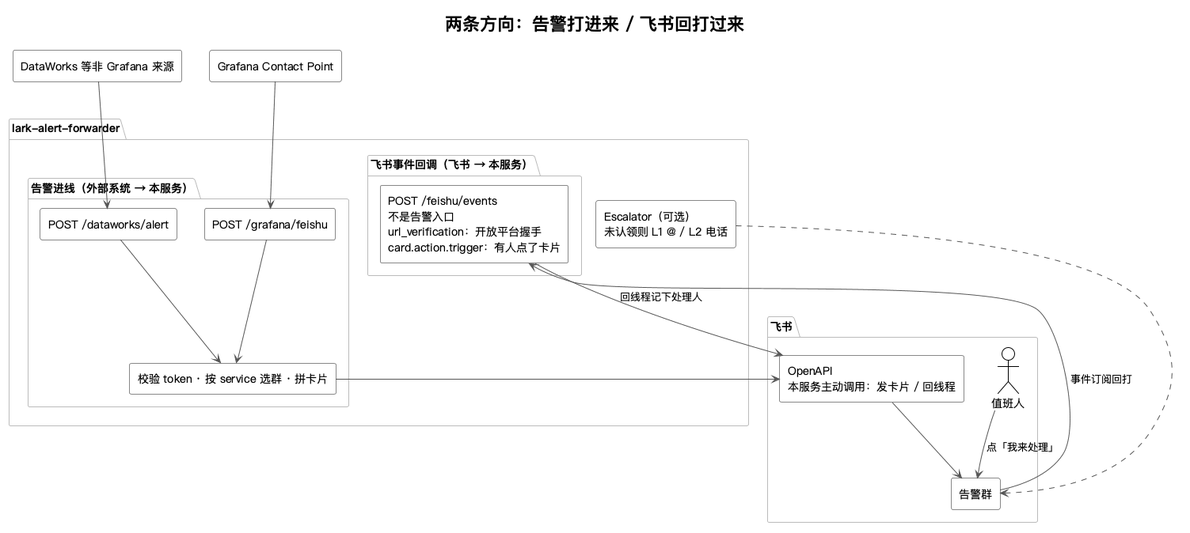
This is docs/architecture.png from doctor-fun/lark-alert-forwarder, a PlantUML export, as it was before one commit.
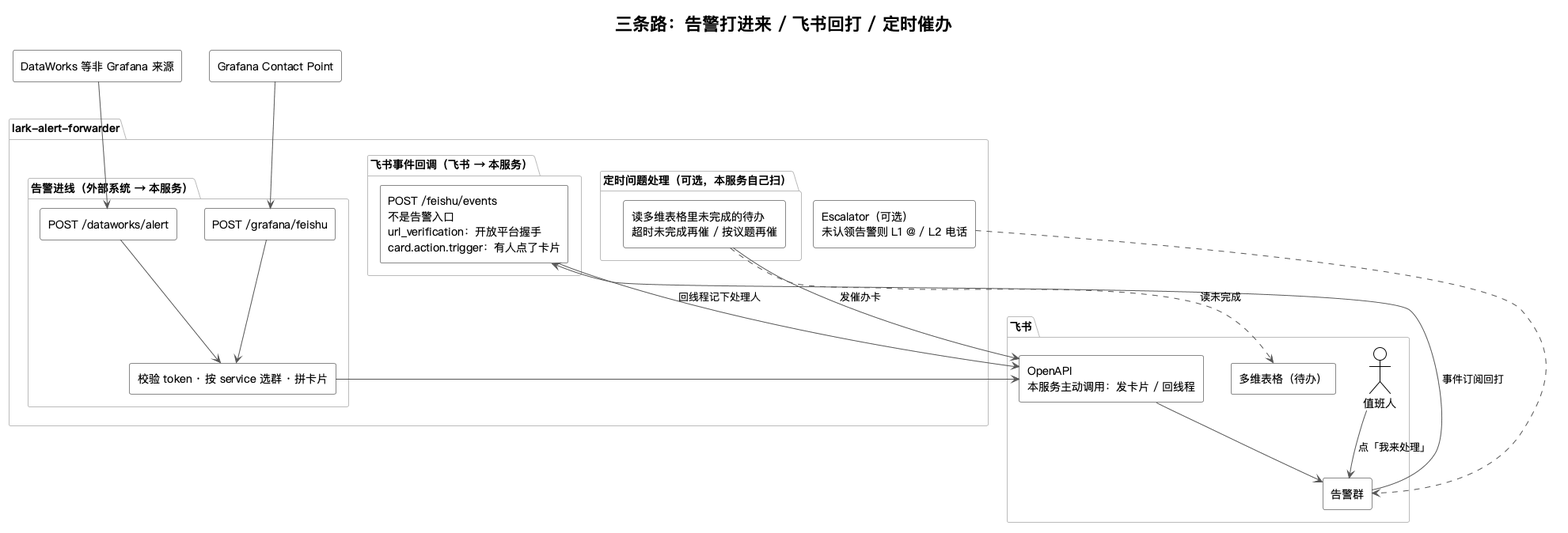
The same file after the commit.

The edit, as a diff of the source:
```diff
@@ -9,7 +9,7 @@
 skinparam PackageBorderColor #BBBBBB
 top to bottom direction
 
-title 两条方向：告警打进来 / 飞书回打过来
+title 三条路：告警打进来 / 飞书回打 / 定时催办
 
 together {
   rectangle "Grafana Contact Point" as Grafana
@@ -25,12 +25,16 @@
   package "飞书事件回调（飞书 → 本服务）" {
     rectangle "POST /feishu/events\n不是告警入口\nurl_verification：开放平台握手\ncard.action.trigger：有人点了卡片" as IngressE
   }
-  rectangle "Escalator（可选）\n未认领则 L1 @ / L2 电话" as Esc
+  rectangle "Escalator（可选）\n未认领告警则 L1 @ / L2 电话" as Esc
+  package "定时问题处理（可选，本服务自己扫）" {
+    rectangle "读多维表格里未完成的待办\n超时未完成再催 / 按议题再催" as Sweep
+  }
 }
 
 package "飞书" {
   rectangle "OpenAPI\n本服务主动调用：发卡片 / 回线程" as OpenAPI
   rectangle "告警群" as Group
+  rectangle "多维表格（待办）" as Bitable
   actor "值班人" as User
 }
 
@@ -46,4 +50,6 @@
 IngressE --> OpenAPI : 回线程记下处理人
 
 Esc ..> Group
+Sweep ..> Bitable : 读未完成
+Sweep --> OpenAPI : 发催办卡
 @enduml
```
